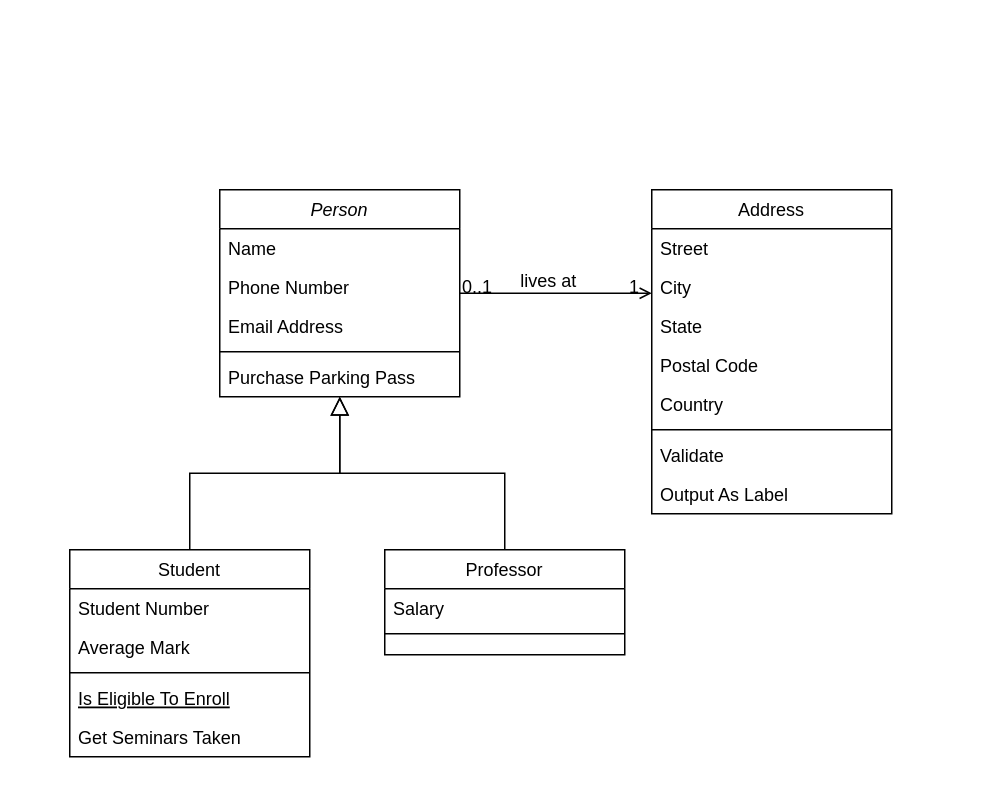
Before: Untitled Diagram.drawio in Tan-Thai/Text-Based-Adventure-Game, a draw.io diagram. Source tidied: cells renumbered, new cells numbered last; positions are measured from the earlier drawing's top-left corner, leaving out a move shared by most shapes. Both pictures are drawn from the tidied source at 150%, with x=0, y=0 at pixel (69, 189).
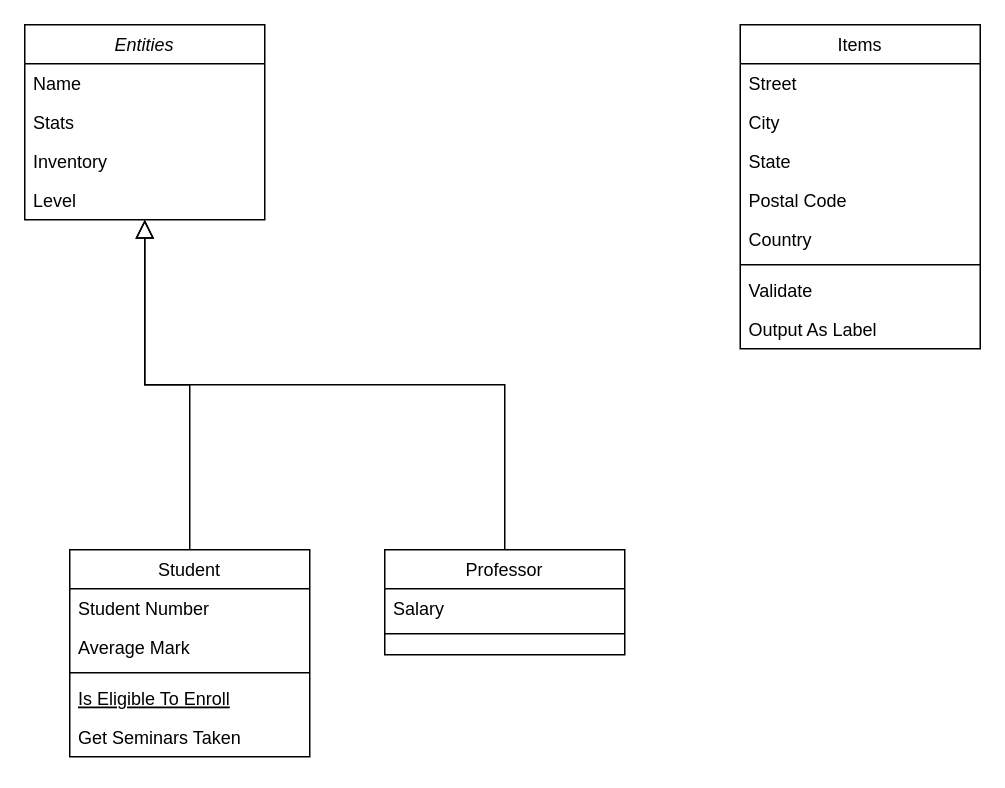
The same page after the edit.

Commit message:
Initial build of class dia

Diff of the diagram source:
```diff
@@
-    <mxCell id="2" value="Person" style="swimlane;fontStyle=2;align=center;verticalAlign=top;horizontal=1;startSize=26;rounded=0;shadow=0;strokeWidth=1;" parent="1" vertex="1">
-      <mxGeometry x="100" width="160" height="138" as="geometry" />
+    <mxCell id="2" value="Entities" style="swimlane;fontStyle=2;align=center;verticalAlign=top;horizontal=1;startSize=26;rounded=0;shadow=0;strokeWidth=1;" parent="1" vertex="1">
+      <mxGeometry x="-30" y="-110" width="160" height="130" as="geometry" />
     </mxCell>
@@
-    <mxCell id="4" value="Phone Number" style="text;align=left;verticalAlign=top;spacingLeft=4;spacingRight=4;overflow=hidden;rounded=0;shadow=0;html=0;" parent="2" vertex="1">
+    <mxCell id="4" value="Stats" style="text;align=left;verticalAlign=top;spacingLeft=4;spacingRight=4;overflow=hidden;rounded=0;shadow=0;html=0;" parent="2" vertex="1">
       <mxGeometry y="52" width="160" height="26" as="geometry" />
     </mxCell>
-    <mxCell id="5" value="Email Address" style="text;align=left;verticalAlign=top;spacingLeft=4;spacingRight=4;overflow=hidden;rounded=0;shadow=0;html=0;" parent="2" vertex="1">
+    <mxCell id="5" value="Inventory" style="text;align=left;verticalAlign=top;spacingLeft=4;spacingRight=4;overflow=hidden;rounded=0;shadow=0;html=0;" parent="2" vertex="1">
       <mxGeometry y="78" width="160" height="26" as="geometry" />
     </mxCell>
-    <mxCell id="6" style="line;html=1;strokeWidth=1;align=left;verticalAlign=middle;spacingTop=-1;spacingLeft=3;spacingRight=3;labelPosition=right;" parent="2" vertex="1">
-      <mxGeometry y="104" width="160" height="8" as="geometry" />
-    </mxCell>
-    <mxCell id="7" value="Purchase Parking Pass" style="text;align=left;verticalAlign=top;spacingLeft=4;spacingRight=4;overflow=hidden;" parent="2" vertex="1">
-      <mxGeometry y="112" width="160" height="26" as="geometry" />
-    </mxCell>
+    <mxCell id="32" value="Level" style="text;align=left;verticalAlign=top;spacingLeft=4;spacingRight=4;overflow=hidden;rounded=0;shadow=0;html=0;" parent="2" vertex="1">
+      <mxGeometry y="104" width="160" height="26" as="geometry" />
+    </mxCell>
@@
-    <mxCell id="19" value="Address" style="swimlane;fontStyle=0;align=center;verticalAlign=top;horizontal=1;startSize=26;rounded=0;shadow=0;strokeWidth=1;" parent="1" vertex="1">
-      <mxGeometry x="388" width="160" height="216" as="geometry" />
+    <mxCell id="19" value="Items&#10;" style="swimlane;fontStyle=0;align=center;verticalAlign=top;horizontal=1;startSize=26;rounded=0;shadow=0;strokeWidth=1;" parent="1" vertex="1">
+      <mxGeometry x="447" y="-110" width="160" height="216" as="geometry" />
     </mxCell>
@@
-    <mxCell id="28" style="endArrow=open;shadow=0;strokeWidth=1;rounded=0;curved=0;endFill=1;edgeStyle=elbowEdgeStyle;elbow=vertical;" parent="1" edge="1" source="2" target="19">
-      <mxGeometry x="0.5" y="41" relative="1" as="geometry">
-        <mxPoint x="-40" y="32" as="offset" />
-      </mxGeometry>
-    </mxCell>
-    <mxCell id="29" value="0..1" style="align=left;verticalAlign=bottom;labelBackgroundColor=none;fontSize=12;" parent="28" vertex="1">
-      <mxGeometry x="-1" relative="1" as="geometry">
-        <mxPoint y="4" as="offset" />
-      </mxGeometry>
-    </mxCell>
-    <mxCell id="30" value="1" style="align=right;verticalAlign=bottom;labelBackgroundColor=none;fontSize=12;" parent="28" vertex="1">
-      <mxGeometry x="1" relative="1" as="geometry">
-        <mxPoint x="-7" y="4" as="offset" />
-      </mxGeometry>
-    </mxCell>
-    <mxCell id="31" value="lives at" style="text;html=1;align=center;verticalAlign=middle;labelBackgroundColor=none;rounded=0;shadow=0;strokeWidth=1;fontSize=12;" parent="28" vertex="1">
-      <mxGeometry x="0.5" y="49" relative="1" as="geometry">
-        <mxPoint x="-38" y="40" as="offset" />
-      </mxGeometry>
-    </mxCell>
```
